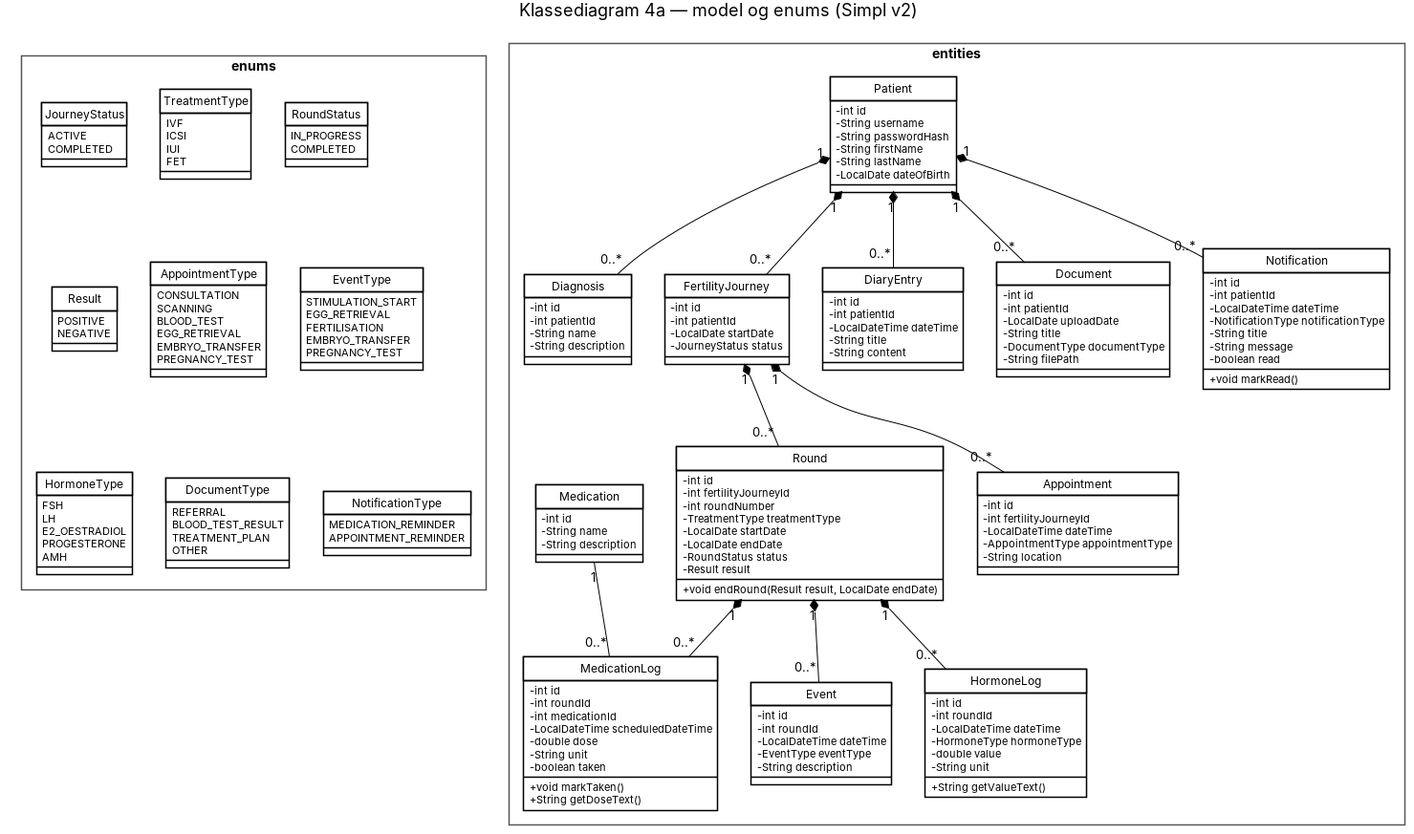
Above: doc/static/Klassediagram4a.png in BesimaP/Simpl-PET-project (PlantUML), before the change. Its source is kept beside it as doc/static/Klassediagram4a.puml.
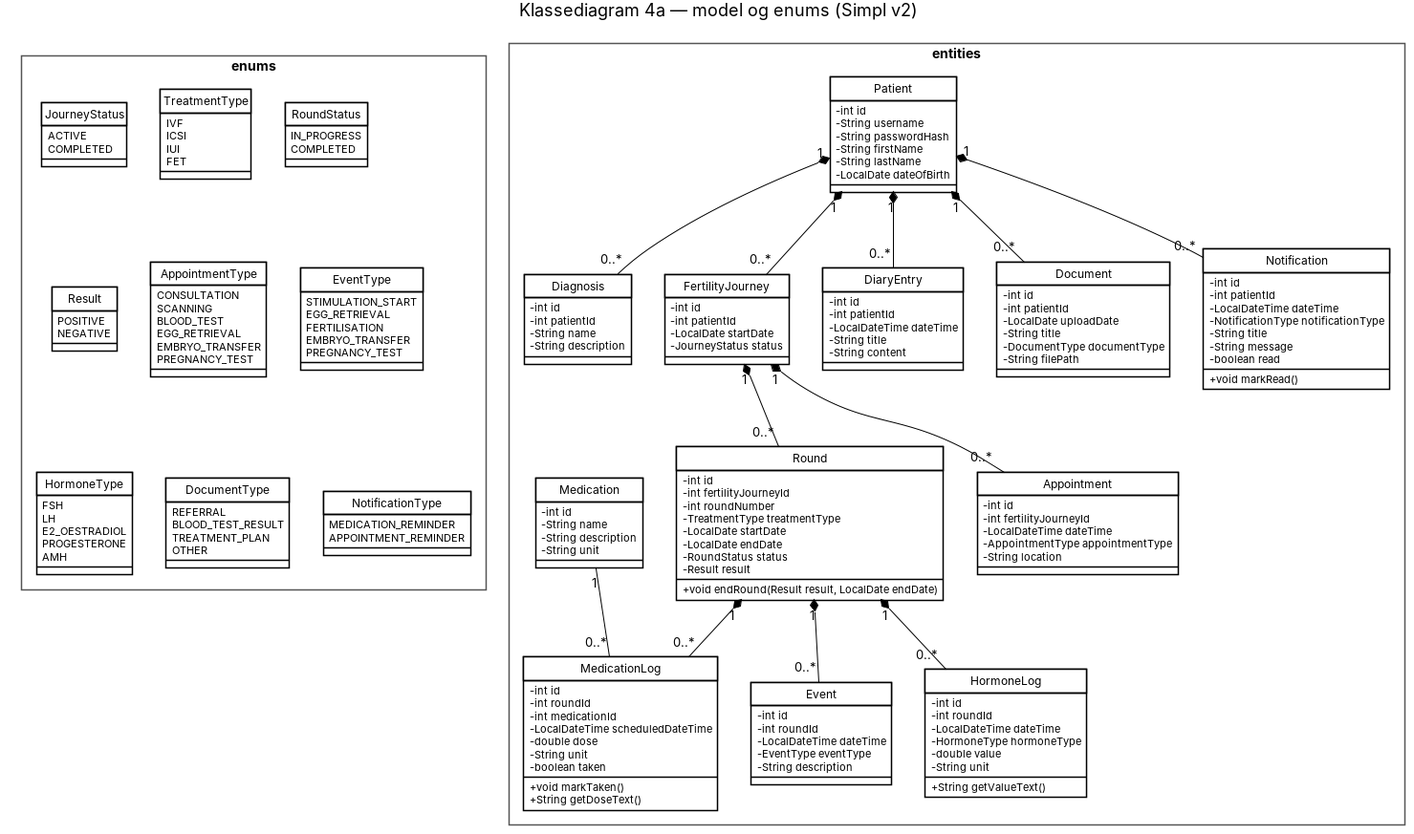
Later version of the same file.

Diff of the diagram source:
```diff
@@ -84,6 +84,7 @@
     - int id
     - String name
     - String description
+    - String unit
   }
 
   class MedicationLog {
```
